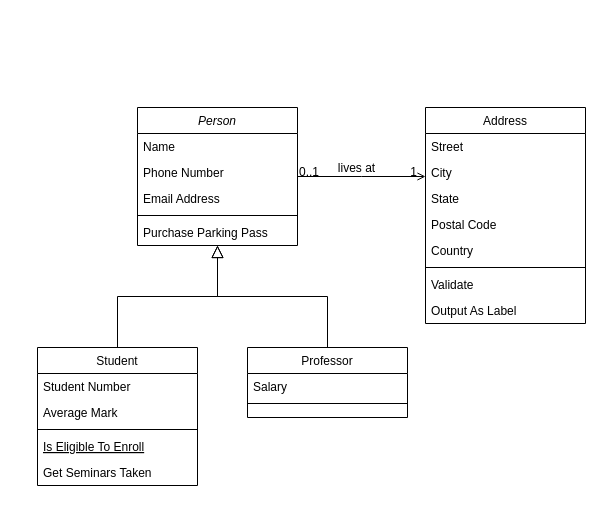
Thainguyen3003/project_2 keeps this draw.io diagram as Untitled Diagram.drawio. Above is the earlier version. Source tidied: cells renumbered, new cells numbered last; positions are measured from the earlier drawing's top-left corner, leaving out a move shared by most shapes. Both pictures are drawn from the tidied source at 100%, with x=0, y=0 at pixel (37, 107).
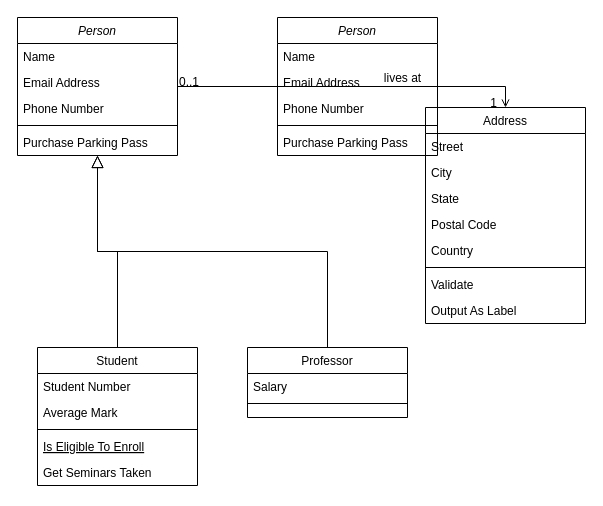
The same page after the edit.

Unchanged cells that the change refers to:
```xml
<mxCell id="19" value="Address" style="swimlane;fontStyle=0;align=center;verticalAlign=top;horizontal=1;startSize=26;rounded=0;shadow=0;strokeWidth=1;" parent="1" vertex="1">
  <mxGeometry x="388" width="160" height="216" as="geometry" />
</mxCell>
```

The edit, as a diff of the source:
```diff
@@
     <mxCell id="2" value="Person" style="swimlane;fontStyle=2;align=center;verticalAlign=top;horizontal=1;startSize=26;rounded=0;shadow=0;strokeWidth=1;" parent="1" vertex="1">
-      <mxGeometry x="100" width="160" height="138" as="geometry" />
+      <mxGeometry x="-20" y="-90" width="160" height="138" as="geometry" />
     </mxCell>
@@
+    <mxCell id="5" value="Email Address" style="text;align=left;verticalAlign=top;spacingLeft=4;spacingRight=4;overflow=hidden;rounded=0;shadow=0;html=0;" parent="2" vertex="1">
+      <mxGeometry y="52" width="160" height="26" as="geometry" />
+    </mxCell>
     <mxCell id="4" value="Phone Number" style="text;align=left;verticalAlign=top;spacingLeft=4;spacingRight=4;overflow=hidden;rounded=0;shadow=0;html=0;" parent="2" vertex="1">
-      <mxGeometry y="52" width="160" height="26" as="geometry" />
+      <mxGeometry y="78" width="160" height="26" as="geometry" />
     </mxCell>
-    <mxCell id="5" value="Email Address" style="text;align=left;verticalAlign=top;spacingLeft=4;spacingRight=4;overflow=hidden;rounded=0;shadow=0;html=0;" parent="2" vertex="1">
-      <mxGeometry y="78" width="160" height="26" as="geometry" />
-    </mxCell>
@@
     <mxCell id="28" style="endArrow=open;shadow=0;strokeWidth=1;rounded=0;endFill=1;edgeStyle=elbowEdgeStyle;elbow=vertical;" parent="1" edge="1" source="2" target="19">
       <mxGeometry x="0.5" y="41" relative="1" as="geometry">
+        <Array as="points">
+          <mxPoint x="264" y="-21" />
+        </Array>
         <mxPoint x="-40" y="32" as="offset" />
       </mxGeometry>
     </mxCell>
@@
+    <mxCell id="32" value="Person" style="swimlane;fontStyle=2;align=center;verticalAlign=top;horizontal=1;startSize=26;rounded=0;shadow=0;strokeWidth=1;" parent="1" vertex="1">
+      <mxGeometry x="240" y="-90" width="160" height="138" as="geometry" />
+    </mxCell>
+    <mxCell id="33" value="Name" style="text;align=left;verticalAlign=top;spacingLeft=4;spacingRight=4;overflow=hidden;" parent="32" vertex="1">
+      <mxGeometry y="26" width="160" height="26" as="geometry" />
+    </mxCell>
+    <mxCell id="34" value="Email Address" style="text;align=left;verticalAlign=top;spacingLeft=4;spacingRight=4;overflow=hidden;rounded=0;shadow=0;html=0;" parent="32" vertex="1">
+      <mxGeometry y="52" width="160" height="26" as="geometry" />
+    </mxCell>
+    <mxCell id="35" value="Phone Number" style="text;align=left;verticalAlign=top;spacingLeft=4;spacingRight=4;overflow=hidden;rounded=0;shadow=0;html=0;" parent="32" vertex="1">
+      <mxGeometry y="78" width="160" height="26" as="geometry" />
+    </mxCell>
+    <mxCell id="36" style="line;html=1;strokeWidth=1;align=left;verticalAlign=middle;spacingTop=-1;spacingLeft=3;spacingRight=3;labelPosition=right;" parent="32" vertex="1">
+      <mxGeometry y="104" width="160" height="8" as="geometry" />
+    </mxCell>
+    <mxCell id="37" value="Purchase Parking Pass" style="text;align=left;verticalAlign=top;spacingLeft=4;spacingRight=4;overflow=hidden;" parent="32" vertex="1">
+      <mxGeometry y="112" width="160" height="26" as="geometry" />
+    </mxCell>
```
